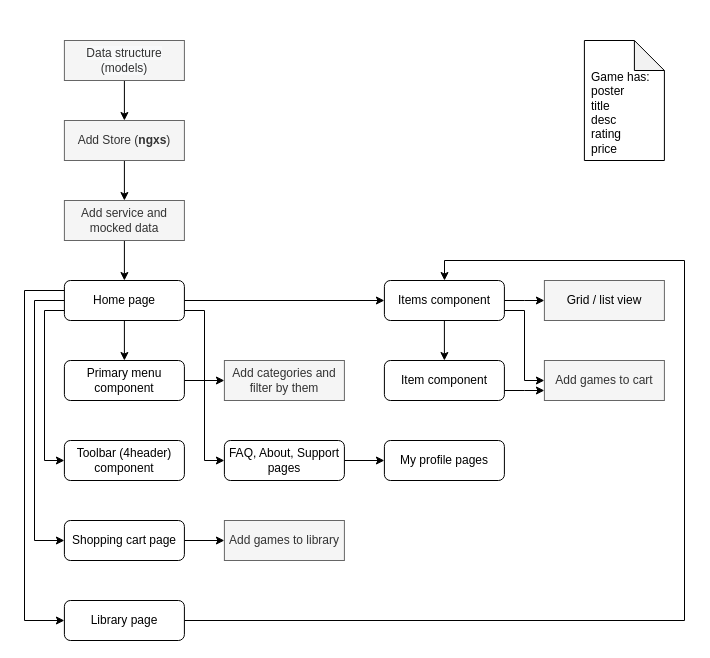
Earlier version of the draw.io diagram _docs/gamus.drawio (CallMeSnake/Gamus). Source tidied: cells renumbered, new cells numbered last; positions are measured from the earlier drawing's top-left corner, leaving out a move shared by most shapes. Both pictures are drawn from the tidied source at 100%, with x=0, y=0 at pixel (24, 40).
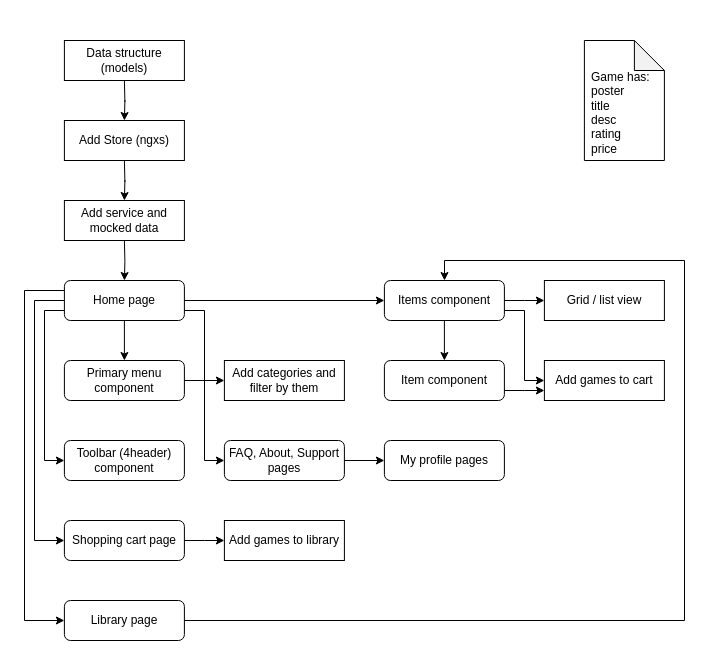
The same page after the edit.

Commit message:
Refreshed schema

The change refers to these unchanged cells:
```xml
<mxCell id="4" value="Primary menu component" style="rounded=1;whiteSpace=wrap;html=1;" parent="1" vertex="1">
  <mxGeometry x="39.9" y="320" width="120" height="40" as="geometry" />
</mxCell>
<mxCell id="12" value="Home page" style="rounded=1;whiteSpace=wrap;html=1;" parent="1" vertex="1">
  <mxGeometry x="39.9" y="240" width="120" height="40" as="geometry" />
</mxCell>
<mxCell id="24" value="Items component" style="rounded=1;whiteSpace=wrap;html=1;" parent="1" vertex="1">
  <mxGeometry x="359.9" y="240" width="120" height="40" as="geometry" />
</mxCell>
<mxCell id="28" value="Item component" style="rounded=1;whiteSpace=wrap;html=1;" parent="1" vertex="1">
  <mxGeometry x="359.9" y="320" width="120" height="40" as="geometry" />
</mxCell>
<mxCell id="30" value="Shopping cart page" style="rounded=1;whiteSpace=wrap;html=1;" parent="1" vertex="1">
  <mxGeometry x="39.9" y="480" width="120" height="40" as="geometry" />
</mxCell>
```

Change to the diagram source:
```diff
@@
-    <mxCell id="2" style="edgeStyle=orthogonalEdgeStyle;rounded=0;jettySize=auto;html=1;" parent="1" edge="1" source="4" target="19">
-      <mxGeometry relative="1" as="geometry" />
+    <mxCell id="2" style="edgeStyle=orthogonalEdgeStyle;rounded=0;jettySize=auto;html=1;" parent="1" edge="1" source="4">
+      <mxGeometry relative="1" as="geometry">
+        <mxPoint x="199.9" y="340" as="targetPoint" />
+      </mxGeometry>
     </mxCell>
@@
-    <mxCell id="10" style="edgeStyle=orthogonalEdgeStyle;rounded=0;jettySize=auto;html=1;" parent="1" edge="1" source="24" target="33">
+    <mxCell id="10" style="edgeStyle=orthogonalEdgeStyle;rounded=0;jettySize=auto;html=1;" parent="1" edge="1" source="24">
       <mxGeometry relative="1" as="geometry">
+        <mxPoint x="519.9" y="340" as="targetPoint" />
         <Array as="points">
           <mxPoint x="500" y="270" />
           <mxPoint x="500" y="340" />
         </Array>
       </mxGeometry>
     </mxCell>
@@
-    <mxCell id="13" style="edgeStyle=orthogonalEdgeStyle;rounded=0;jettySize=auto;html=1;entryX=0.5;entryY=0;entryDx=0;entryDy=0;" parent="1" edge="1" source="14" target="16">
-      <mxGeometry relative="1" as="geometry" />
+    <mxCell id="13" style="edgeStyle=orthogonalEdgeStyle;rounded=0;orthogonalLoop=1;jettySize=auto;html=1;entryX=0.5;entryY=0;entryDx=0;entryDy=0;" parent="1" edge="1">
+      <mxGeometry relative="1" as="geometry">
+        <mxPoint x="99.9" y="40" as="sourcePoint" />
+        <mxPoint x="99.9" y="80" as="targetPoint" />
+      </mxGeometry>
     </mxCell>
-    <mxCell id="14" value="&#10;&#10;&lt;span style=&quot;color: rgb(51, 51, 51); font-family: helvetica; font-size: 12px; font-style: normal; font-weight: 400; letter-spacing: normal; text-align: center; text-indent: 0px; text-transform: none; word-spacing: 0px; background-color: rgb(248, 249, 250); display: inline; float: none;&quot;&gt;Data structure (models)&lt;/span&gt;&#10;&#10;" style="rounded=0;whiteSpace=wrap;html=1;fillColor=#f5f5f5;fontColor=#333333;strokeColor=#666666;" parent="1" vertex="1">
-      <mxGeometry x="39.9" width="120" height="40" as="geometry" />
-    </mxCell>
-    <mxCell id="15" style="edgeStyle=orthogonalEdgeStyle;rounded=0;jettySize=auto;html=1;entryX=0.5;entryY=0;entryDx=0;entryDy=0;" parent="1" edge="1" source="16" target="18">
-      <mxGeometry relative="1" as="geometry" />
+    <mxCell id="15" style="edgeStyle=orthogonalEdgeStyle;rounded=0;orthogonalLoop=1;jettySize=auto;html=1;entryX=0.5;entryY=0;entryDx=0;entryDy=0;" parent="1" edge="1">
+      <mxGeometry relative="1" as="geometry">
+        <mxPoint x="99.9" y="120" as="sourcePoint" />
+        <mxPoint x="99.9" y="160" as="targetPoint" />
+      </mxGeometry>
     </mxCell>
-    <mxCell id="16" value="Add Store (&lt;b&gt;ngxs&lt;/b&gt;)" style="rounded=0;whiteSpace=wrap;html=1;fillColor=#f5f5f5;fontColor=#333333;strokeColor=#666666;" parent="1" vertex="1">
-      <mxGeometry x="39.9" y="80" width="120" height="40" as="geometry" />
-    </mxCell>
-    <mxCell id="17" style="edgeStyle=orthogonalEdgeStyle;rounded=0;jettySize=auto;html=1;entryX=0.5;entryY=0;entryDx=0;entryDy=0;" parent="1" edge="1" source="18" target="12">
-      <mxGeometry relative="1" as="geometry" />
+    <mxCell id="17" style="edgeStyle=orthogonalEdgeStyle;rounded=0;jettySize=auto;html=1;entryX=0.5;entryY=0;entryDx=0;entryDy=0;" parent="1" edge="1" target="12">
+      <mxGeometry relative="1" as="geometry">
+        <mxPoint x="99.9" y="200" as="sourcePoint" />
+      </mxGeometry>
     </mxCell>
-    <mxCell id="18" value="Add service and mocked data" style="rounded=0;whiteSpace=wrap;html=1;fillColor=#f5f5f5;fontColor=#333333;strokeColor=#666666;" parent="1" vertex="1">
-      <mxGeometry x="39.9" y="160" width="120" height="40" as="geometry" />
-    </mxCell>
-    <mxCell id="19" value="Add categories and filter by them" style="rounded=0;whiteSpace=wrap;html=1;fillColor=#f5f5f5;fontColor=#333333;strokeColor=#666666;" parent="1" vertex="1">
-      <mxGeometry x="199.9" y="320" width="120" height="40" as="geometry" />
-    </mxCell>
@@
-    <mxCell id="27" style="edgeStyle=orthogonalEdgeStyle;rounded=0;jettySize=auto;html=1;" parent="1" edge="1" source="28" target="33">
+    <mxCell id="27" style="edgeStyle=orthogonalEdgeStyle;rounded=0;jettySize=auto;html=1;" parent="1" edge="1" source="28">
       <mxGeometry relative="1" as="geometry">
+        <mxPoint x="519.9" y="350" as="targetPoint" />
         <Array as="points">
           <mxPoint x="500" y="350" />
           <mxPoint x="500" y="350" />
         </Array>
       </mxGeometry>
     </mxCell>
@@
-    <mxCell id="29" style="edgeStyle=orthogonalEdgeStyle;rounded=0;jettySize=auto;html=1;" parent="1" edge="1" source="30" target="34">
-      <mxGeometry relative="1" as="geometry" />
+    <mxCell id="29" style="edgeStyle=orthogonalEdgeStyle;rounded=0;jettySize=auto;html=1;" parent="1" edge="1" source="30">
+      <mxGeometry relative="1" as="geometry">
+        <mxPoint x="199.9" y="500" as="targetPoint" />
+      </mxGeometry>
     </mxCell>
@@
-    <mxCell id="33" value="Add games to cart" style="rounded=0;whiteSpace=wrap;html=1;fillColor=#f5f5f5;fontColor=#333333;strokeColor=#666666;" parent="1" vertex="1">
-      <mxGeometry x="519.9" y="320" width="120" height="40" as="geometry" />
-    </mxCell>
+    <mxCell id="14" value="Data structure (models)" style="rounded=0;whiteSpace=wrap;html=1;fillColor=none;" parent="1" vertex="1">
+      <mxGeometry x="39.9" width="120" height="40" as="geometry" />
+    </mxCell>
+    <mxCell id="36" value="Add Store (ngxs)" style="rounded=0;whiteSpace=wrap;html=1;fillColor=none;" parent="1" vertex="1">
+      <mxGeometry x="39.9" y="80" width="120" height="40" as="geometry" />
+    </mxCell>
+    <mxCell id="18" value="Add service and mocked data" style="rounded=0;whiteSpace=wrap;html=1;fillColor=none;" parent="1" vertex="1">
+      <mxGeometry x="39.9" y="160" width="120" height="40" as="geometry" />
+    </mxCell>
+    <mxCell id="19" value="Add categories and filter by them" style="rounded=0;whiteSpace=wrap;html=1;fillColor=none;" parent="1" vertex="1">
+      <mxGeometry x="199.9" y="320" width="120" height="40" as="geometry" />
+    </mxCell>
-    <mxCell id="34" value="Add games to library" style="rounded=0;whiteSpace=wrap;html=1;fillColor=#f5f5f5;fontColor=#333333;strokeColor=#666666;" parent="1" vertex="1">
+    <mxCell id="34" value="Add games to library" style="rounded=0;whiteSpace=wrap;html=1;fillColor=none;" parent="1" vertex="1">
       <mxGeometry x="199.9" y="480" width="120" height="40" as="geometry" />
     </mxCell>
-    <mxCell id="35" value="&lt;span style=&quot;color: rgb(0 , 0 , 0)&quot;&gt;Grid / list view&lt;/span&gt;" style="rounded=0;whiteSpace=wrap;html=1;fillColor=#f5f5f5;fontColor=#333333;strokeColor=#666666;" parent="1" vertex="1">
+    <mxCell id="35" value="Grid / list view" style="rounded=0;whiteSpace=wrap;html=1;fillColor=none;" parent="1" vertex="1">
       <mxGeometry x="519.9" y="240" width="120" height="40" as="geometry" />
     </mxCell>
+    <mxCell id="33" value="Add games to cart" style="rounded=0;whiteSpace=wrap;html=1;fillColor=none;" parent="1" vertex="1">
+      <mxGeometry x="519.9" y="320" width="120" height="40" as="geometry" />
+    </mxCell>
```
